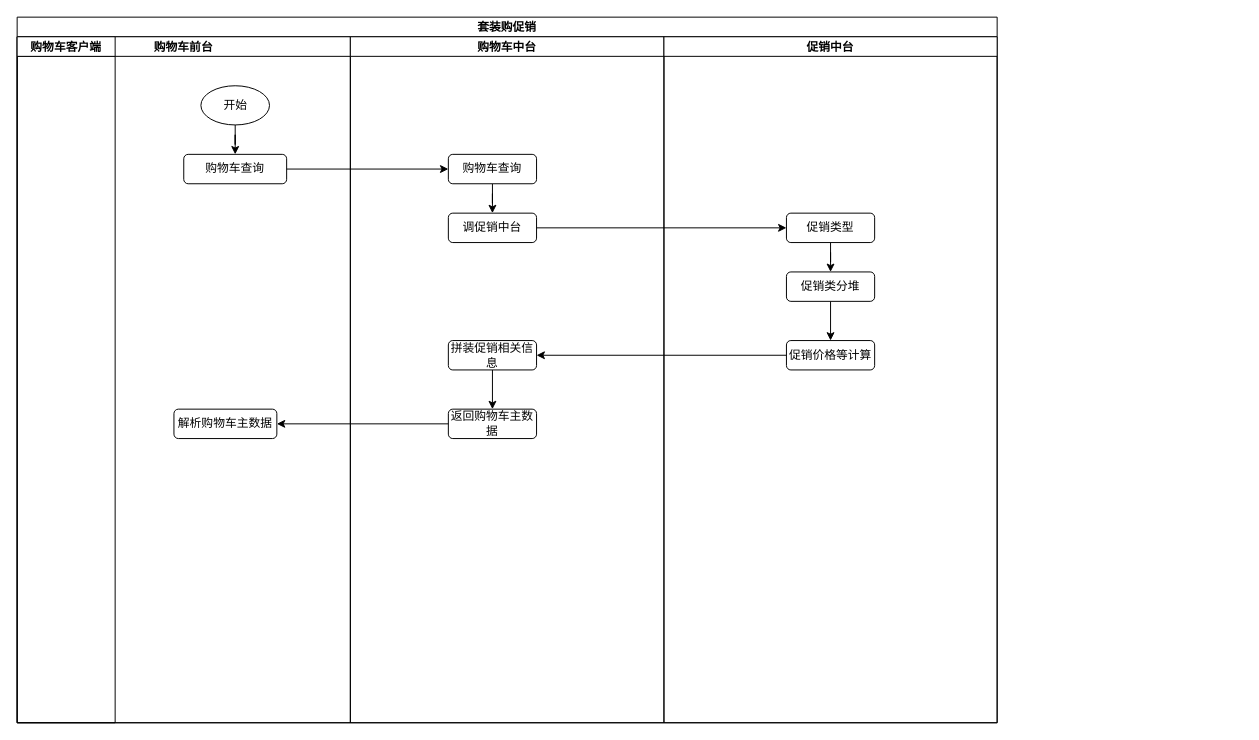
The draw.io diagram 促销复盘.drawio in lihongliang1989/diagram, before the edit. Source tidied: cells renumbered, new cells numbered last; positions are measured from the earlier drawing's top-left corner, leaving out a move shared by most shapes. Both pictures are drawn from the tidied source at 98%, with x=0, y=0 at pixel (17, 17).
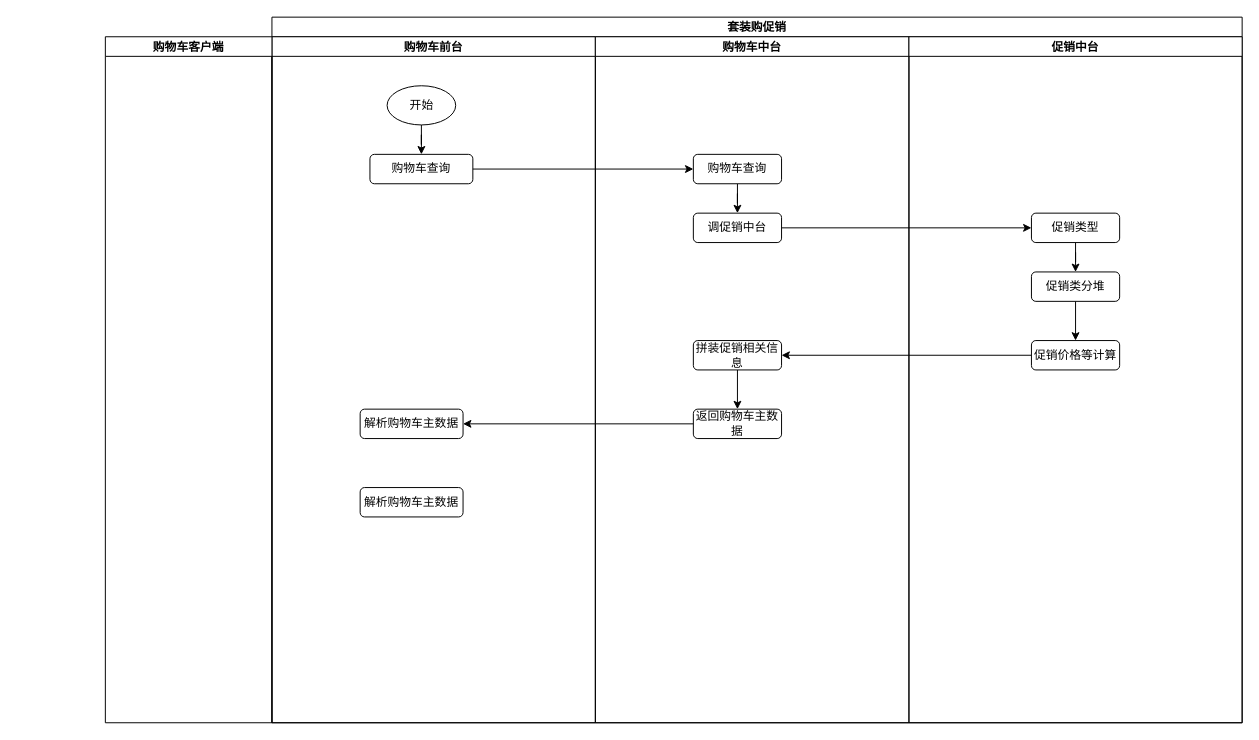
The same page after the edit.

The edit, as a diff of the source:
```diff
@@
     <mxCell id="2" value="套装购促销" style="swimlane;startSize=20;" parent="1" vertex="1">
-      <mxGeometry width="1000" height="720" as="geometry" />
+      <mxGeometry x="260" width="990" height="720" as="geometry" />
     </mxCell>
     <mxCell id="3" value="购物车前台" style="swimlane;startSize=20;" parent="2" vertex="1">
-      <mxGeometry y="20" width="340" height="700" as="geometry" />
+      <mxGeometry y="20" width="330" height="700" as="geometry" />
     </mxCell>
@@
     <mxCell id="5" value="开始" style="ellipse;whiteSpace=wrap;html=1;" parent="3" vertex="1">
-      <mxGeometry x="187.5" y="50" width="70" height="40" as="geometry" />
+      <mxGeometry x="117.5" y="50" width="70" height="40" as="geometry" />
     </mxCell>
     <mxCell id="6" value="购物车查询" style="rounded=1;whiteSpace=wrap;html=1;" parent="3" vertex="1">
-      <mxGeometry x="170" y="120" width="105" height="30" as="geometry" />
+      <mxGeometry x="100" y="120" width="105" height="30" as="geometry" />
     </mxCell>
     <mxCell id="7" value="解析购物车主数据" style="rounded=1;whiteSpace=wrap;html=1;" parent="3" vertex="1">
-      <mxGeometry x="160" y="380" width="105" height="30" as="geometry" />
+      <mxGeometry x="90" y="380" width="105" height="30" as="geometry" />
     </mxCell>
+    <mxCell id="26" value="解析购物车主数据" style="rounded=1;whiteSpace=wrap;html=1;" parent="3" vertex="1">
+      <mxGeometry x="90" y="460" width="105" height="30" as="geometry" />
+    </mxCell>
     <mxCell id="8" value="购物车中台" style="swimlane;startSize=20;" parent="2" vertex="1">
-      <mxGeometry x="340" y="20" width="320" height="700" as="geometry" />
+      <mxGeometry x="330" y="20" width="320" height="700" as="geometry" />
     </mxCell>
@@
     <mxCell id="15" value="促销中台" style="swimlane;startSize=20;" parent="2" vertex="1">
-      <mxGeometry x="660" y="20" width="340" height="700" as="geometry" />
+      <mxGeometry x="650" y="20" width="340" height="700" as="geometry" />
     </mxCell>
@@
     <mxCell id="25" value="购物车客户端" style="swimlane;startSize=20;" parent="1" vertex="1">
-      <mxGeometry y="20" width="100" height="700" as="geometry" />
+      <mxGeometry x="90" y="20" width="170" height="700" as="geometry" />
     </mxCell>
```
